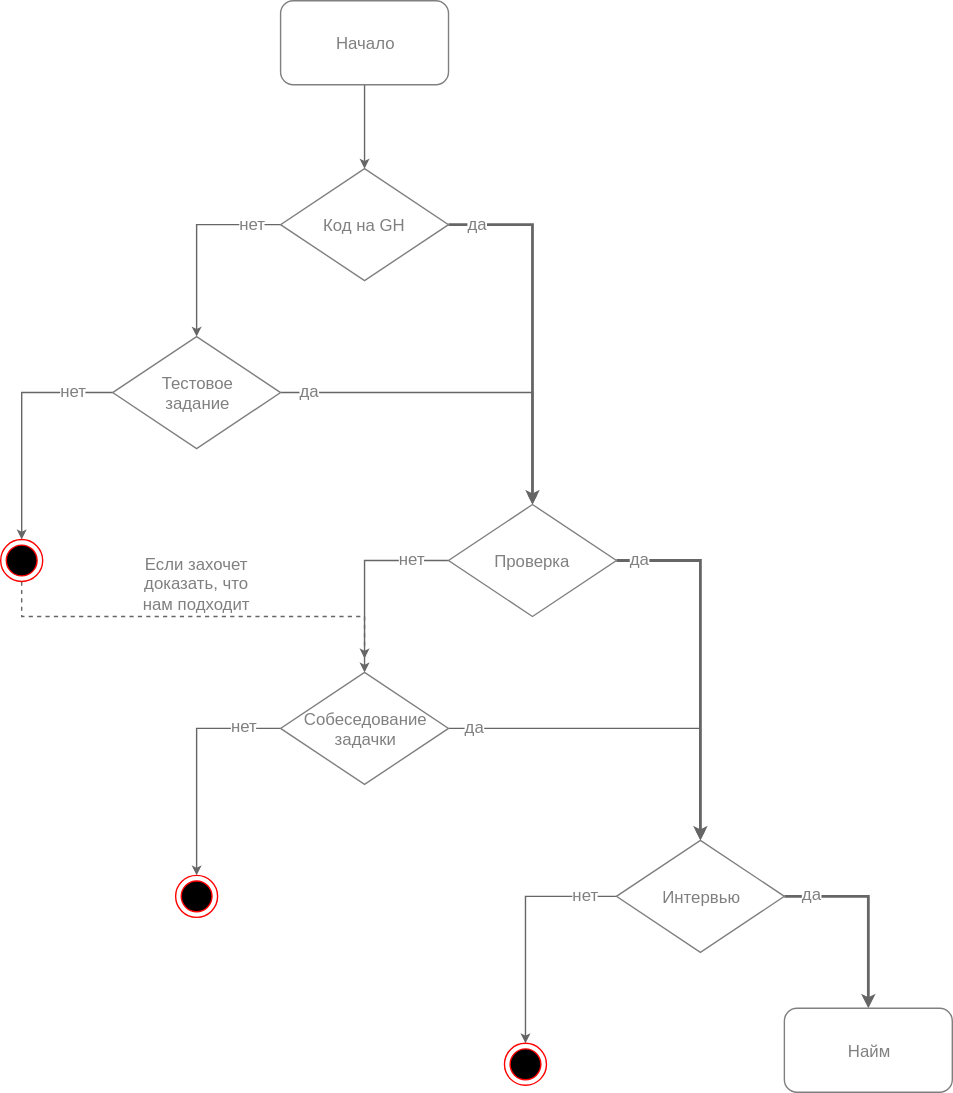
Above: hiring.svg in ajile/draw-io (draw.io), before the change. Source tidied: cells renumbered, new cells last; positions are measured from the earlier drawing's top-left corner, leaving out a move shared by most shapes.
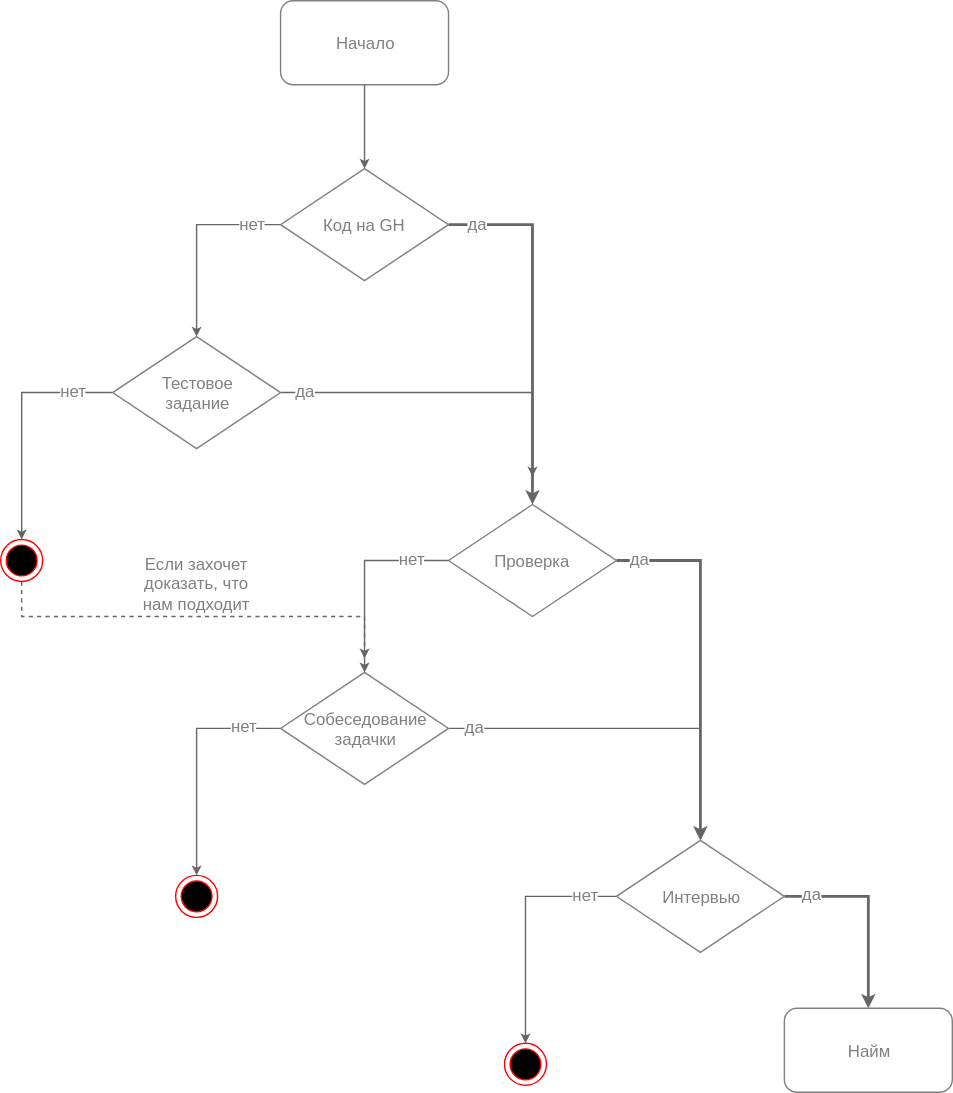
The same diagram one commit later.

Diff of the diagram source:
```diff
@@ -43,8 +43,10 @@
         <mxPoint x="16" y="-2" as="offset" />
       </mxGeometry>
     </mxCell>
-    <mxCell id="11" style="edgeStyle=orthogonalEdgeStyle;rounded=0;html=1;entryX=0.5;entryY=0;startSize=4;endArrow=classic;endFill=1;endSize=4;jettySize=auto;strokeColor=#666666;strokeWidth=1;fontSize=12;fontColor=#808080;" parent="1" edge="1" source="13" target="18">
-      <mxGeometry relative="1" as="geometry" />
+    <mxCell id="11" style="edgeStyle=orthogonalEdgeStyle;rounded=0;html=1;startSize=4;endArrow=classic;endFill=1;endSize=4;jettySize=auto;strokeColor=#666666;strokeWidth=1;fontSize=12;fontColor=#808080;" parent="1" edge="1" source="13">
+      <mxGeometry relative="1" as="geometry">
+        <mxPoint x="380" y="340" as="targetPoint" />
+      </mxGeometry>
     </mxCell>
     <mxCell id="12" value="да" style="text;html=1;align=center;verticalAlign=middle;labelBackgroundColor=#ffffff;fontSize=12;fontColor=#808080;" parent="11" vertex="1">
       <mxGeometry x="-0.71" relative="1" as="geometry">
```
